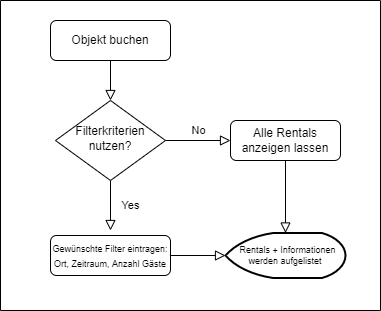
Above: SuPa/assets/documentation/FlowCharts/Buchungsvorgang_Objektsuche.drawio.png in hatta137/sunshineparks (draw.io), before the change. Source tidied: cells renumbered, new cells last; positions are measured from the earlier drawing's top-left corner, leaving out a move shared by most shapes. Its diagram source:
```xml
<mxGraphModel>
  <root>
    <mxCell id="0" />
    <mxCell id="1" parent="0" />
    <mxCell id="2" style="rounded=0;html=1;jettySize=auto;fontSize=11;endArrow=block;endFill=0;endSize=8;strokeWidth=1;shadow=0;labelBackgroundColor=none;edgeStyle=orthogonalEdgeStyle;" parent="1" edge="1" source="3" target="6">
      <mxGeometry relative="1" as="geometry" />
    </mxCell>
    <mxCell id="3" value="Objekt buchen" style="rounded=1;whiteSpace=wrap;html=1;fontSize=12;glass=0;strokeWidth=1;shadow=0;" parent="1" vertex="1">
      <mxGeometry x="50" y="20" width="120" height="40" as="geometry" />
    </mxCell>
    <mxCell id="4" value="Yes" style="rounded=0;html=1;jettySize=auto;fontSize=11;endArrow=block;endFill=0;endSize=8;strokeWidth=1;shadow=0;labelBackgroundColor=none;edgeStyle=orthogonalEdgeStyle;" parent="1" edge="1" source="6">
      <mxGeometry y="20" relative="1" as="geometry">
        <mxPoint x="110" y="230" as="targetPoint" />
      </mxGeometry>
    </mxCell>
    <mxCell id="5" value="No" style="edgeStyle=orthogonalEdgeStyle;rounded=0;html=1;jettySize=auto;fontSize=11;endArrow=block;endFill=0;endSize=8;strokeWidth=1;shadow=0;labelBackgroundColor=none;" parent="1" edge="1" source="6" target="8">
      <mxGeometry y="10" relative="1" as="geometry" />
    </mxCell>
    <mxCell id="6" value="Filterkriterien&lt;br&gt;nutzen?" style="rhombus;whiteSpace=wrap;html=1;shadow=0;fontFamily=Helvetica;fontSize=12;align=center;strokeWidth=1;spacing=6;spacingTop=-4;" parent="1" vertex="1">
      <mxGeometry x="55" y="100" width="110" height="80" as="geometry" />
    </mxCell>
    <mxCell id="7" style="edgeStyle=orthogonalEdgeStyle;rounded=0;jettySize=auto;html=1;entryX=0.5;entryY=0;entryDx=0;entryDy=0;entryPerimeter=0;fontSize=9;endArrow=block;endFill=0;endSize=8;" parent="1" edge="1" source="8" target="12">
      <mxGeometry relative="1" as="geometry" />
    </mxCell>
    <mxCell id="8" value="Alle Rentals anzeigen lassen" style="rounded=1;whiteSpace=wrap;html=1;fontSize=12;glass=0;strokeWidth=1;shadow=0;" parent="1" vertex="1">
      <mxGeometry x="230" y="120" width="110" height="40" as="geometry" />
    </mxCell>
    <mxCell id="9" style="edgeStyle=orthogonalEdgeStyle;rounded=0;jettySize=auto;html=1;entryX=0;entryY=0.5;entryDx=0;entryDy=0;entryPerimeter=0;fontSize=9;endArrow=block;endFill=0;endSize=8;" parent="1" edge="1" source="10" target="12">
      <mxGeometry relative="1" as="geometry" />
    </mxCell>
    <mxCell id="10" value="&lt;font style=&quot;font-size: 9px&quot;&gt;Gewünschte Filter eintragen:&lt;br&gt;Ort, Zeitraum, Anzahl Gäste&lt;br&gt;&lt;/font&gt;" style="rounded=1;whiteSpace=wrap;html=1;fontSize=12;glass=0;strokeWidth=1;shadow=0;" parent="1" vertex="1">
      <mxGeometry x="50" y="235" width="120" height="40" as="geometry" />
    </mxCell>
    <mxCell id="11" style="swimlane;startSize=0;fontSize=10;" parent="1" vertex="1">
      <mxGeometry width="380" height="310" as="geometry" />
    </mxCell>
    <mxCell id="12" value="&amp;nbsp; Rentals + Informationen werden aufgelistet" style="strokeWidth=2;html=1;shape=mxgraph.flowchart.display;whiteSpace=wrap;fontSize=9;" parent="11" vertex="1">
      <mxGeometry x="225" y="232.5" width="120" height="45" as="geometry" />
    </mxCell>
  </root>
</mxGraphModel>
```
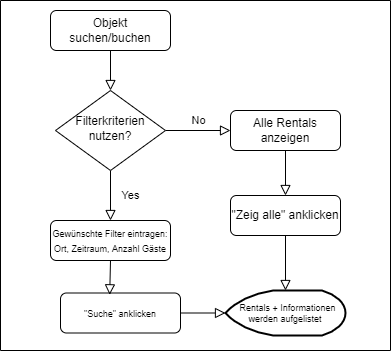
Later version of the same file.

Diff of the diagram source:
```diff
@@ -5,13 +5,11 @@
     <mxCell id="2" style="rounded=0;html=1;jettySize=auto;fontSize=11;endArrow=block;endFill=0;endSize=8;strokeWidth=1;shadow=0;labelBackgroundColor=none;edgeStyle=orthogonalEdgeStyle;" parent="1" edge="1" source="3" target="6">
       <mxGeometry relative="1" as="geometry" />
     </mxCell>
-    <mxCell id="3" value="Objekt buchen" style="rounded=1;whiteSpace=wrap;html=1;fontSize=12;glass=0;strokeWidth=1;shadow=0;" parent="1" vertex="1">
+    <mxCell id="3" value="Objekt suchen/buchen" style="rounded=1;whiteSpace=wrap;html=1;fontSize=12;glass=0;strokeWidth=1;shadow=0;" parent="1" vertex="1">
       <mxGeometry x="50" y="20" width="120" height="40" as="geometry" />
     </mxCell>
-    <mxCell id="4" value="Yes" style="rounded=0;html=1;jettySize=auto;fontSize=11;endArrow=block;endFill=0;endSize=8;strokeWidth=1;shadow=0;labelBackgroundColor=none;edgeStyle=orthogonalEdgeStyle;" parent="1" edge="1" source="6">
-      <mxGeometry y="20" relative="1" as="geometry">
-        <mxPoint x="110" y="230" as="targetPoint" />
-      </mxGeometry>
+    <mxCell id="4" value="Yes" style="rounded=0;html=1;jettySize=auto;fontSize=11;endArrow=block;endFill=0;endSize=8;strokeWidth=1;shadow=0;labelBackgroundColor=none;edgeStyle=orthogonalEdgeStyle;entryX=0.5;entryY=0;entryDx=0;entryDy=0;" parent="1" edge="1" source="6" target="10">
+      <mxGeometry y="20" relative="1" as="geometry" />
     </mxCell>
     <mxCell id="5" value="No" style="edgeStyle=orthogonalEdgeStyle;rounded=0;html=1;jettySize=auto;fontSize=11;endArrow=block;endFill=0;endSize=8;strokeWidth=1;shadow=0;labelBackgroundColor=none;" parent="1" edge="1" source="6" target="8">
       <mxGeometry y="10" relative="1" as="geometry" />
@@ -19,23 +17,35 @@
     <mxCell id="6" value="Filterkriterien&lt;br&gt;nutzen?" style="rhombus;whiteSpace=wrap;html=1;shadow=0;fontFamily=Helvetica;fontSize=12;align=center;strokeWidth=1;spacing=6;spacingTop=-4;" parent="1" vertex="1">
       <mxGeometry x="55" y="100" width="110" height="80" as="geometry" />
     </mxCell>
-    <mxCell id="7" style="edgeStyle=orthogonalEdgeStyle;rounded=0;jettySize=auto;html=1;entryX=0.5;entryY=0;entryDx=0;entryDy=0;entryPerimeter=0;fontSize=9;endArrow=block;endFill=0;endSize=8;" parent="1" edge="1" source="8" target="12">
+    <mxCell id="7" style="edgeStyle=orthogonalEdgeStyle;rounded=0;jettySize=auto;html=1;fontSize=9;endArrow=block;endFill=0;endSize=8;entryX=0.5;entryY=0;entryDx=0;entryDy=0;" parent="1" edge="1" source="8" target="13">
       <mxGeometry relative="1" as="geometry" />
     </mxCell>
-    <mxCell id="8" value="Alle Rentals anzeigen lassen" style="rounded=1;whiteSpace=wrap;html=1;fontSize=12;glass=0;strokeWidth=1;shadow=0;" parent="1" vertex="1">
+    <mxCell id="8" value="Alle Rentals anzeigen" style="rounded=1;whiteSpace=wrap;html=1;fontSize=12;glass=0;strokeWidth=1;shadow=0;" parent="1" vertex="1">
       <mxGeometry x="230" y="120" width="110" height="40" as="geometry" />
     </mxCell>
-    <mxCell id="9" style="edgeStyle=orthogonalEdgeStyle;rounded=0;jettySize=auto;html=1;entryX=0;entryY=0.5;entryDx=0;entryDy=0;entryPerimeter=0;fontSize=9;endArrow=block;endFill=0;endSize=8;" parent="1" edge="1" source="10" target="12">
-      <mxGeometry relative="1" as="geometry" />
-    </mxCell>
-    <mxCell id="10" value="&lt;font style=&quot;font-size: 9px&quot;&gt;Gewünschte Filter eintragen:&lt;br&gt;Ort, Zeitraum, Anzahl Gäste&lt;br&gt;&lt;/font&gt;" style="rounded=1;whiteSpace=wrap;html=1;fontSize=12;glass=0;strokeWidth=1;shadow=0;" parent="1" vertex="1">
-      <mxGeometry x="50" y="235" width="120" height="40" as="geometry" />
-    </mxCell>
     <mxCell id="11" style="swimlane;startSize=0;fontSize=10;" parent="1" vertex="1">
-      <mxGeometry width="380" height="310" as="geometry" />
+      <mxGeometry y="10" width="390" height="350" as="geometry" />
     </mxCell>
     <mxCell id="12" value="&amp;nbsp; Rentals + Informationen werden aufgelistet" style="strokeWidth=2;html=1;shape=mxgraph.flowchart.display;whiteSpace=wrap;fontSize=9;" parent="11" vertex="1">
-      <mxGeometry x="225" y="232.5" width="120" height="45" as="geometry" />
+      <mxGeometry x="225" y="290" width="120" height="45" as="geometry" />
     </mxCell>
+    <mxCell id="13" value="&quot;Zeig alle&quot; anklicken" style="rounded=1;whiteSpace=wrap;html=1;fontSize=12;glass=0;strokeWidth=1;shadow=0;" parent="11" vertex="1">
+      <mxGeometry x="230" y="195" width="110" height="40" as="geometry" />
+    </mxCell>
+    <mxCell id="10" value="&lt;font style=&quot;font-size: 9px&quot;&gt;Gewünschte Filter eintragen:&lt;br&gt;Ort, Zeitraum, Anzahl Gäste&lt;br&gt;&lt;/font&gt;" style="rounded=1;whiteSpace=wrap;html=1;fontSize=12;glass=0;strokeWidth=1;shadow=0;" parent="11" vertex="1">
+      <mxGeometry x="50" y="220" width="120" height="40" as="geometry" />
+    </mxCell>
+    <mxCell id="14" value="&lt;font style=&quot;font-size: 9px&quot;&gt;&quot;Suche&quot; anklicken&lt;br&gt;&lt;/font&gt;" style="rounded=1;whiteSpace=wrap;html=1;fontSize=12;glass=0;strokeWidth=1;shadow=0;" parent="11" vertex="1">
+      <mxGeometry x="60" y="292.5" width="120" height="40" as="geometry" />
+    </mxCell>
+    <mxCell id="15" style="edgeStyle=orthogonalEdgeStyle;rounded=0;jettySize=auto;html=1;fontSize=9;endArrow=block;endFill=0;endSize=8;entryX=0.5;entryY=0;entryDx=0;entryDy=0;exitX=0.5;exitY=1;exitDx=0;exitDy=0;entryPerimeter=0;" parent="11" edge="1" source="13" target="12">
+      <mxGeometry relative="1" as="geometry" />
+    </mxCell>
+    <mxCell id="16" style="edgeStyle=orthogonalEdgeStyle;rounded=0;jettySize=auto;html=1;fontSize=9;endArrow=block;endFill=0;endSize=8;entryX=0;entryY=0.5;entryDx=0;entryDy=0;exitX=1;exitY=0.5;exitDx=0;exitDy=0;entryPerimeter=0;" parent="11" edge="1" source="14" target="12">
+      <mxGeometry relative="1" as="geometry" />
+    </mxCell>
+    <mxCell id="17" style="edgeStyle=orthogonalEdgeStyle;rounded=0;jettySize=auto;html=1;fontSize=9;endArrow=block;endFill=0;endSize=8;entryX=0.41;entryY=0.045;entryDx=0;entryDy=0;exitX=0.5;exitY=1;exitDx=0;exitDy=0;entryPerimeter=0;" parent="11" edge="1" source="10" target="14">
+      <mxGeometry relative="1" as="geometry" />
+    </mxCell>
   </root>
 </mxGraphModel>
```
